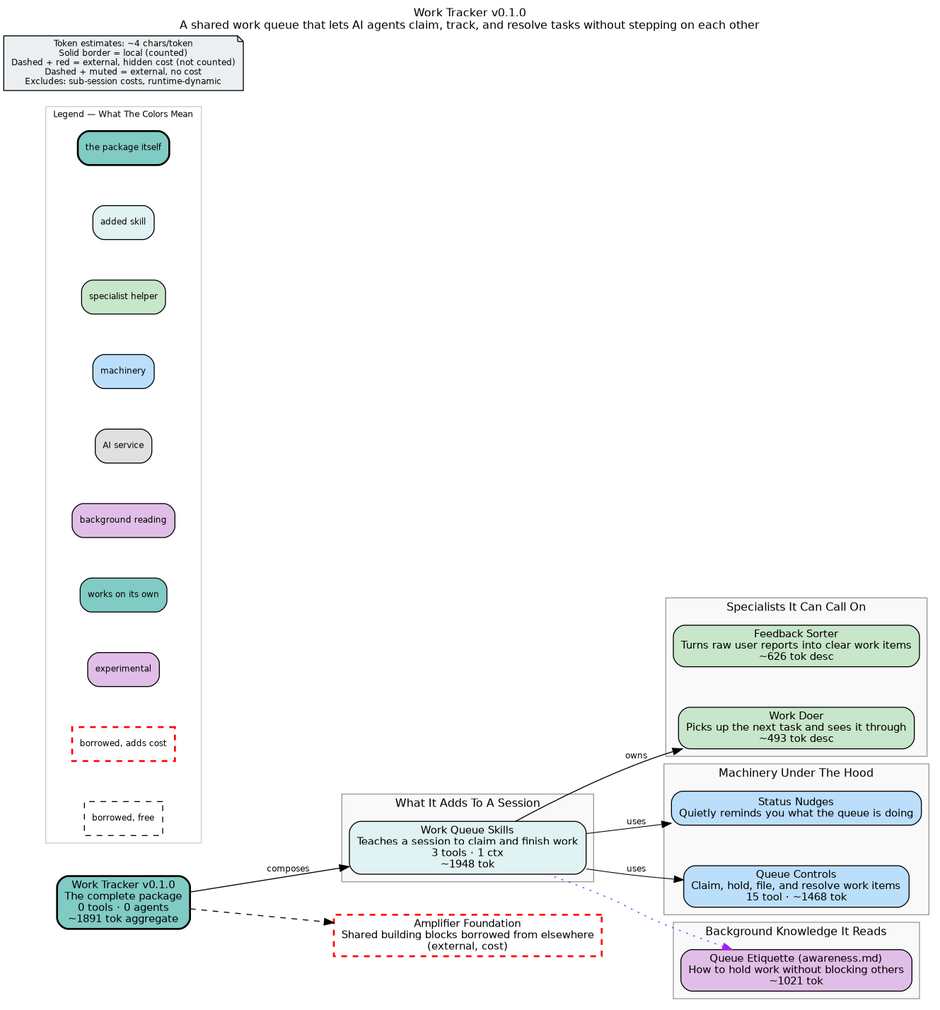
Before: bundle.png, a diagram exported from Graphviz (microsoft/amplifier-work-tracker). Its source is kept beside it as bundle.dot.
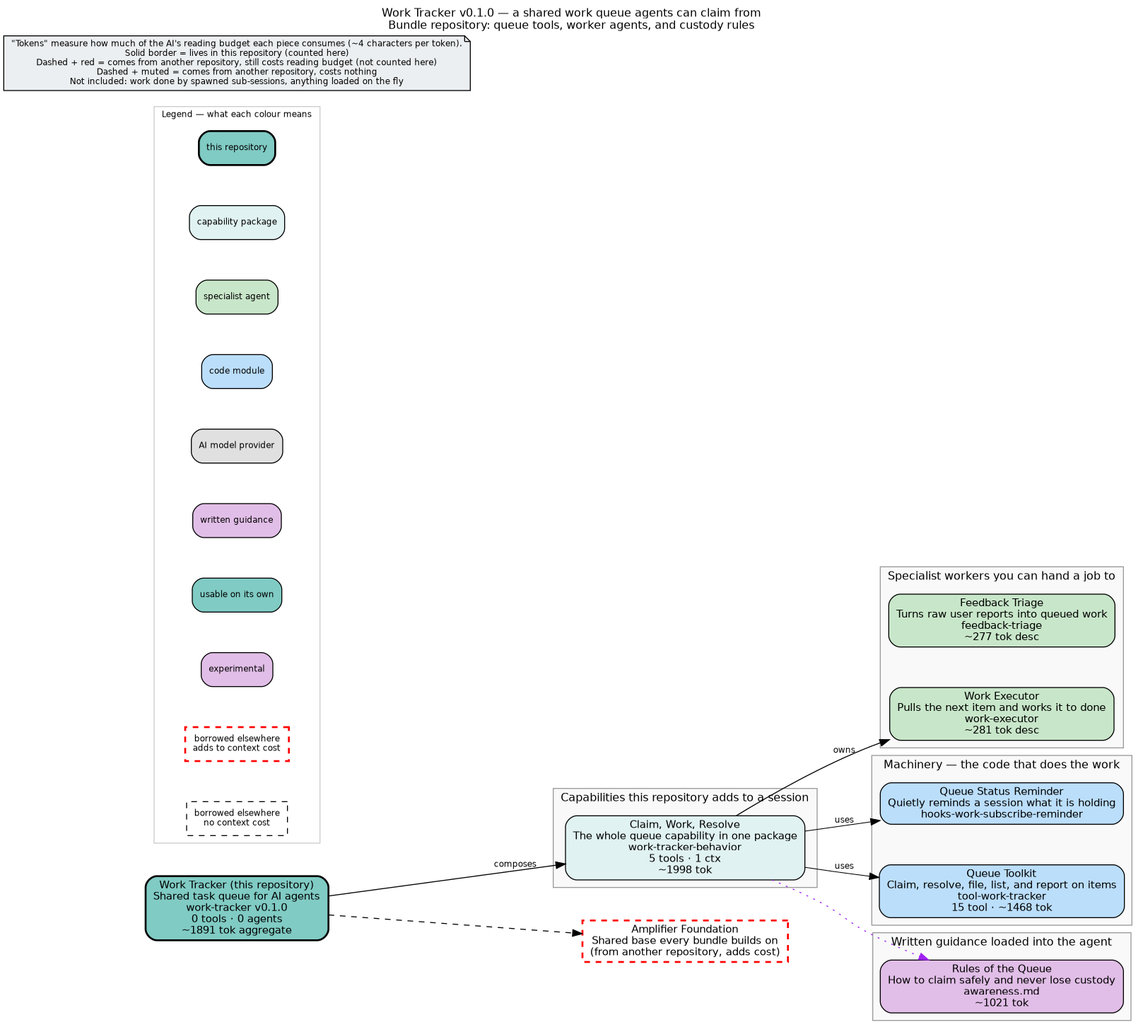
After the change.

Commit message:
fix(behavior): mount tool-filesystem + tool-bash as an engineering floor (#62)

The edit, as a diff of the source:
```diff
@@ -1,80 +1,81 @@
+
 digraph work_tracker {
     rankdir=LR
     fontname="Helvetica"
     fontsize=12
-    label="Work Tracker v0.1.0\nA shared work queue that lets AI agents claim, track, and resolve tasks without stepping on each other"
+    label="Work Tracker v0.1.0 — a shared work queue agents can claim from\nBundle repository: queue tools, worker agents, and custody rules"
     labelloc=t
     labeljust=c
     nodesep=0.6
     ranksep=0.7
     bgcolor="white"
-    source_hash="f40791297f64b91a720eacd2ec6d9722ba6af34c3fca9c0a9460eaeafc6807aa"
+    source_hash="262c58306bdf1cd77504318ec05b0690f79bd45c7d4f2fdf398bfb8ae5d4b5c1"
 
     node [fontname="Helvetica", fontsize=11, style="filled,rounded"]
     edge [fontname="Helvetica", fontsize=9]
 
-    root_work_tracker [label="Work Tracker v0.1.0\nThe complete package\n0 tools · 0 agents\n~1891 tok aggregate", shape=box, fillcolor="#80cbc4", style="filled,rounded,bold", penwidth=2]
+    root_work_tracker [label="Work Tracker (this repository)\nShared task queue for AI agents\nwork-tracker v0.1.0\n0 tools · 0 agents\n~1891 tok aggregate", shape=box, fillcolor="#80cbc4", style="filled,rounded,bold", penwidth=2]
 
     subgraph cluster_behaviors {
-        label="What It Adds To A Session"
+        label="Capabilities this repository adds to a session"
         style="filled"
         fillcolor="#f9f9f9"
         color="#999999"
 
-        beh_work_tracker_behavior [label="Work Queue Skills\nTeaches a session to claim and finish work\n3 tools · 1 ctx\n~1948 tok", shape=box, fillcolor="#e0f2f1", style="filled,rounded"]
+        beh_work_tracker_behavior [label="Claim, Work, Resolve\nThe whole queue capability in one package\nwork-tracker-behavior\n5 tools · 1 ctx\n~1998 tok", shape=box, fillcolor="#e0f2f1", style="filled,rounded"]
     }
 
     subgraph cluster_agents {
-        label="Specialists It Can Call On"
+        label="Specialist workers you can hand a job to"
         style="filled"
         fillcolor="#f9f9f9"
         color="#999999"
 
-        agt_feedback_triage [label="Feedback Sorter\nTurns raw user reports into clear work items\n~626 tok desc", shape=box, fillcolor="#c8e6c9", style="filled,rounded"]
-        agt_work_executor [label="Work Doer\nPicks up the next task and sees it through\n~493 tok desc", shape=box, fillcolor="#c8e6c9", style="filled,rounded"]
+        agt_feedback_triage [label="Feedback Triage\nTurns raw user reports into queued work\nfeedback-triage\n~277 tok desc", shape=box, fillcolor="#c8e6c9", style="filled,rounded"]
+        agt_work_executor [label="Work Executor\nPulls the next item and works it to done\nwork-executor\n~281 tok desc", shape=box, fillcolor="#c8e6c9", style="filled,rounded"]
     }
 
     subgraph cluster_modules {
-        label="Machinery Under The Hood"
+        label="Machinery — the code that does the work"
         style="filled"
         fillcolor="#f9f9f9"
         color="#999999"
 
-        mod_hooks_work_subscribe_reminder [label="Status Nudges\nQuietly reminds you what the queue is doing", shape=box, fillcolor="#bbdefb", style="filled,rounded"]
-        mod_tool_work_tracker [label="Queue Controls\nClaim, hold, file, and resolve work items\n15 tool · ~1468 tok", shape=box, fillcolor="#bbdefb", style="filled,rounded"]
+        mod_hooks_work_subscribe_reminder [label="Queue Status Reminder\nQuietly reminds a session what it is holding\nhooks-work-subscribe-reminder", shape=box, fillcolor="#bbdefb", style="filled,rounded"]
+        mod_tool_work_tracker [label="Queue Toolkit\nClaim, resolve, file, list, and report on items\ntool-work-tracker\n15 tool · ~1468 tok", shape=box, fillcolor="#bbdefb", style="filled,rounded"]
     }
 
     subgraph cluster_context {
-        label="Background Knowledge It Reads"
+        label="Written guidance loaded into the agent"
         style="filled"
         fillcolor="#f9f9f9"
         color="#999999"
 
-        ctx_awareness_md [label="Queue Etiquette (awareness.md)\nHow to hold work without blocking others\n~1021 tok", shape=box, fillcolor="#e1bee7", style="filled,rounded"]
+        ctx_awareness_md [label="Rules of the Queue\nHow to claim safely and never lose custody\nawareness.md\n~1021 tok", shape=box, fillcolor="#e1bee7", style="filled,rounded"]
     }
 
     subgraph cluster_legend {
-        label="Legend — What The Colors Mean"
+        label="Legend — what each colour means"
         style="filled"
         fillcolor="white"
         color="#cccccc"
         fontsize=9
 
-        leg_root [label="the package itself", shape=box, fillcolor="#80cbc4", style="filled,rounded,bold", fontsize=9]
-        leg_behavior [label="added skill", shape=box, fillcolor="#e0f2f1", style="filled,rounded", fontsize=9]
-        leg_agent [label="specialist helper", shape=box, fillcolor="#c8e6c9", style="filled,rounded", fontsize=9]
-        leg_module [label="machinery", shape=box, fillcolor="#bbdefb", style="filled,rounded", fontsize=9]
-        leg_provider [label="AI service", shape=box, fillcolor="#e0e0e0", style="filled,rounded", fontsize=9]
-        leg_context [label="background reading", shape=box, fillcolor="#e1bee7", style="filled,rounded", fontsize=9]
-        leg_standalone [label="works on its own", shape=box, fillcolor="#80cbc4", style="filled,rounded", fontsize=9]
+        leg_root [label="this repository", shape=box, fillcolor="#80cbc4", style="filled,rounded,bold", fontsize=9]
+        leg_behavior [label="capability package", shape=box, fillcolor="#e0f2f1", style="filled,rounded", fontsize=9]
+        leg_agent [label="specialist agent", shape=box, fillcolor="#c8e6c9", style="filled,rounded", fontsize=9]
+        leg_module [label="code module", shape=box, fillcolor="#bbdefb", style="filled,rounded", fontsize=9]
+        leg_provider [label="AI model provider", shape=box, fillcolor="#e0e0e0", style="filled,rounded", fontsize=9]
+        leg_context [label="written guidance", shape=box, fillcolor="#e1bee7", style="filled,rounded", fontsize=9]
+        leg_standalone [label="usable on its own", shape=box, fillcolor="#80cbc4", style="filled,rounded", fontsize=9]
         leg_experiment [label="experimental", shape=box, fillcolor="#e1bee7", style="filled,rounded", fontsize=9]
-        leg_ext_cost [label="borrowed, adds cost", shape=box, fillcolor="#80cbc4", style="dashed", color="red", penwidth=2, fontsize=9]
-        leg_ext_muted [label="borrowed, free", shape=box, fillcolor="#f5f5f5", style="dashed", fontsize=9]
+        leg_ext_cost [label="borrowed elsewhere\nadds to context cost", shape=box, fillcolor="#80cbc4", style="dashed", color="red", penwidth=2, fontsize=9]
+        leg_ext_muted [label="borrowed elsewhere\nno context cost", shape=box, fillcolor="#f5f5f5", style="dashed", fontsize=9]
     }
 
-    disclaimer [label="Token estimates: ~4 chars/token\nSolid border = local (counted)\nDashed + red = external, hidden cost (not counted)\nDashed + muted = external, no cost\nExcludes: sub-session costs, runtime-dynamic", shape=note, fillcolor="#eceff1", style="filled", fontsize=9]
+    disclaimer [label="\"Tokens\" measure how much of the AI's reading budget each piece consumes (~4 characters per token).\nSolid border = lives in this repository (counted here)\nDashed + red = comes from another repository, still costs reading budget (not counted here)\nDashed + muted = comes from another repository, costs nothing\nNot included: work done by spawned sub-sessions, anything loaded on the fly", shape=note, fillcolor="#eceff1", style="filled", fontsize=9]
 
-    ext_githttps___github_com_microsoft_amplifier_foundation_main [label="Amplifier Foundation\nShared building blocks borrowed from elsewhere\n(external, cost)", shape=box, fillcolor="#80cbc4", style="dashed", color="red", penwidth=2]
+    ext_githttps___github_com_microsoft_amplifier_foundation_main [label="Amplifier Foundation\nShared base every bundle builds on\n(from another repository, adds cost)", shape=box, fillcolor="#80cbc4", style="dashed", color="red", penwidth=2]
 
     root_work_tracker -> ext_githttps___github_com_microsoft_amplifier_foundation_main [style=dashed]
     root_work_tracker -> beh_work_tracker_behavior [label="composes"]
```
